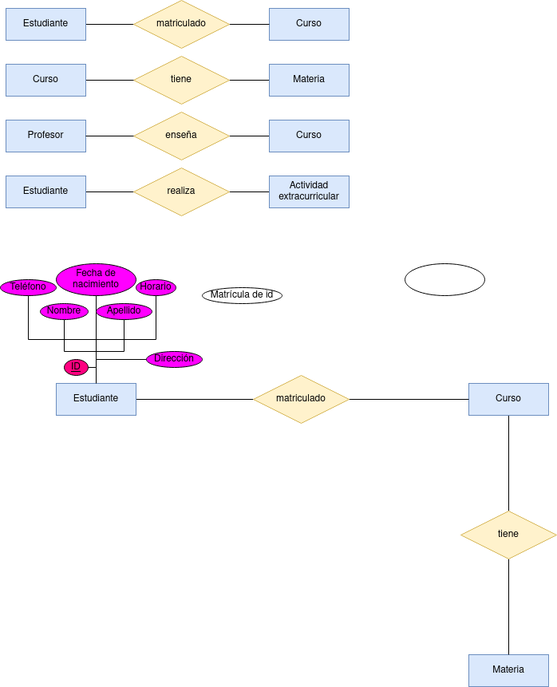
The draw.io diagram Unidad-1/Tareas/Tarea_Entregable-1/Diagrama Tarea Entregable 1.drawio.png in RafaelMayor/base-datos, before a commit. Source tidied: cells renumbered, new cells last; positions are measured from the earlier drawing's top-left corner, leaving out a move shared by most shapes.
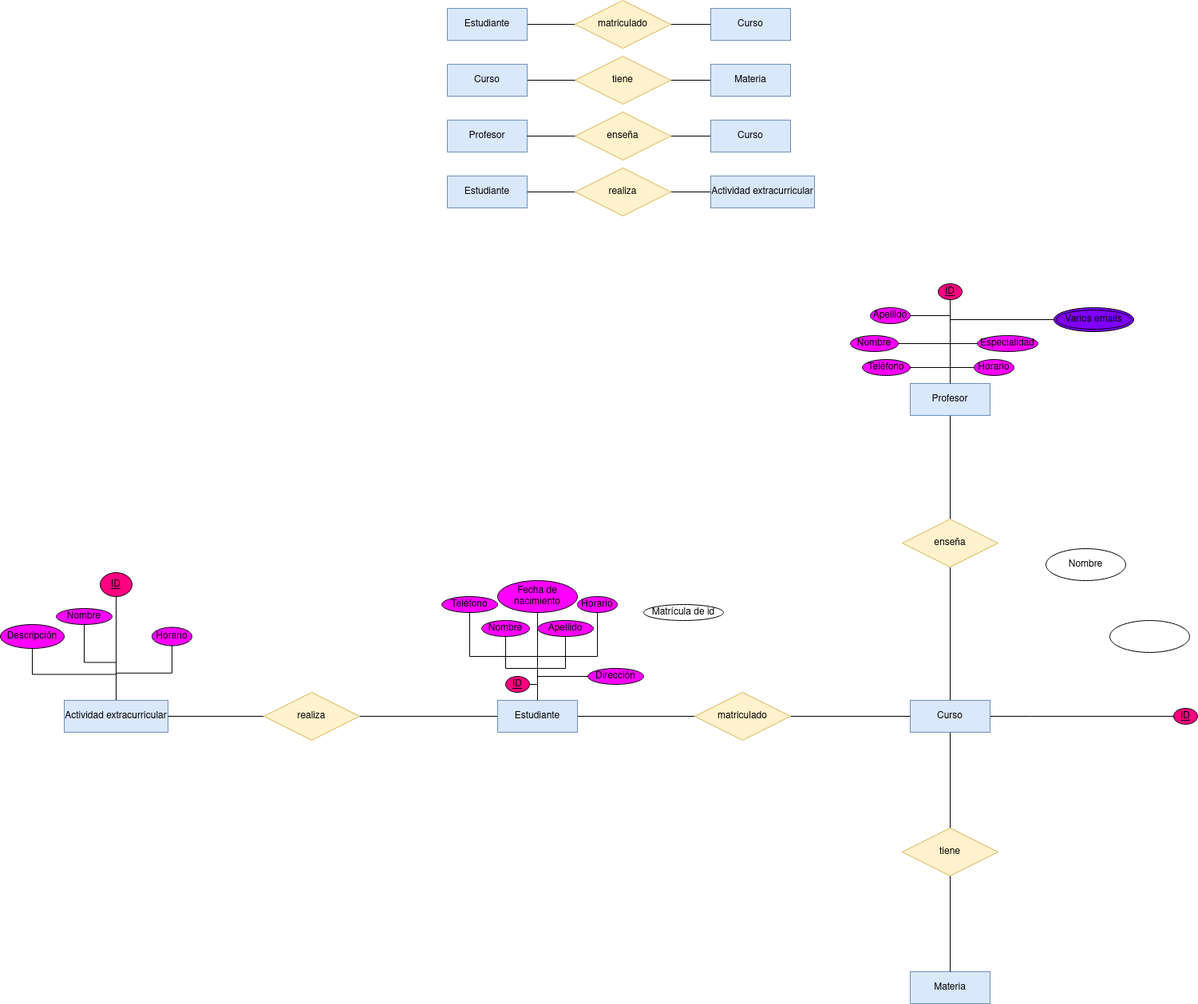
After the change.

What changed in the source:
```diff
@@ -60,7 +60,7 @@
       <mxGeometry x="167" y="210" width="120" height="60" as="geometry" />
     </mxCell>
     <mxCell id="21" value="Actividad extracurricular" style="whiteSpace=wrap;html=1;align=center;fillColor=#dae8fc;strokeColor=#6c8ebf;" parent="1" vertex="1">
-      <mxGeometry x="337" y="220" width="100" height="40" as="geometry" />
+      <mxGeometry x="337" y="220" width="130" height="40" as="geometry" />
     </mxCell>
     <mxCell id="22" style="edgeStyle=orthogonalEdgeStyle;rounded=0;jettySize=auto;html=1;entryX=0.5;entryY=1;entryDx=0;entryDy=0;endArrow=none;endFill=0;" parent="1" edge="1" source="29" target="31">
       <mxGeometry relative="1" as="geometry" />
@@ -83,59 +83,195 @@
     <mxCell id="28" style="edgeStyle=orthogonalEdgeStyle;rounded=0;jettySize=auto;html=1;entryX=0;entryY=0.5;entryDx=0;entryDy=0;endArrow=none;endFill=0;" parent="1" edge="1" source="29" target="44">
       <mxGeometry relative="1" as="geometry" />
     </mxCell>
+    <mxCell id="47" style="edgeStyle=orthogonalEdgeStyle;rounded=0;jettySize=auto;html=1;entryX=1;entryY=0.5;entryDx=0;entryDy=0;endArrow=none;endFill=0;" parent="1" edge="1" source="29" target="76">
+      <mxGeometry relative="1" as="geometry" />
+    </mxCell>
     <mxCell id="29" value="Estudiante" style="whiteSpace=wrap;html=1;align=center;fillColor=#dae8fc;strokeColor=#6c8ebf;" parent="1" vertex="1">
-      <mxGeometry x="70" y="480" width="100" height="40" as="geometry" />
+      <mxGeometry x="70" y="877" width="100" height="40" as="geometry" />
     </mxCell>
     <mxCell id="30" value="Nombre" style="ellipse;whiteSpace=wrap;html=1;align=center;fillColor=#FF00FF;" parent="1" vertex="1">
-      <mxGeometry x="50" y="380" width="60" height="20" as="geometry" />
+      <mxGeometry x="50" y="777" width="60" height="20" as="geometry" />
     </mxCell>
     <mxCell id="31" value="ID" style="ellipse;whiteSpace=wrap;html=1;align=center;fontStyle=4;fillColor=#FF0080;" parent="1" vertex="1">
-      <mxGeometry x="80" y="450" width="30" height="20" as="geometry" />
+      <mxGeometry x="80" y="847" width="30" height="20" as="geometry" />
     </mxCell>
     <mxCell id="32" value="Matrícula de id" style="ellipse;whiteSpace=wrap;html=1;align=center;" parent="1" vertex="1">
-      <mxGeometry x="253" y="360" width="100" height="20" as="geometry" />
+      <mxGeometry x="253" y="757" width="100" height="20" as="geometry" />
     </mxCell>
     <mxCell id="33" style="edgeStyle=orthogonalEdgeStyle;rounded=0;jettySize=auto;html=1;entryX=0.5;entryY=0;entryDx=0;entryDy=0;endArrow=none;endFill=0;" parent="1" edge="1" source="34" target="29">
       <mxGeometry relative="1" as="geometry" />
     </mxCell>
     <mxCell id="34" value="Dirección" style="ellipse;whiteSpace=wrap;html=1;align=center;fillColor=#FF00FF;" parent="1" vertex="1">
-      <mxGeometry x="183" y="440" width="70" height="20" as="geometry" />
+      <mxGeometry x="183" y="837" width="70" height="20" as="geometry" />
     </mxCell>
     <mxCell id="35" value="Fecha de nacimiento" style="ellipse;whiteSpace=wrap;html=1;align=center;fillColor=#FF00FF;" parent="1" vertex="1">
-      <mxGeometry x="70" y="330" width="100" height="40" as="geometry" />
+      <mxGeometry x="70" y="727" width="100" height="40" as="geometry" />
     </mxCell>
     <mxCell id="36" value="Apellido" style="ellipse;whiteSpace=wrap;html=1;align=center;fillColor=#FF00FF;" parent="1" vertex="1">
-      <mxGeometry x="120" y="380" width="70" height="20" as="geometry" />
+      <mxGeometry x="120" y="777" width="70" height="20" as="geometry" />
     </mxCell>
     <mxCell id="37" value="Teléfono" style="ellipse;whiteSpace=wrap;html=1;align=center;fillColor=#FF00FF;" parent="1" vertex="1">
-      <mxGeometry y="350" width="70" height="20" as="geometry" />
+      <mxGeometry y="747" width="70" height="20" as="geometry" />
     </mxCell>
     <mxCell id="38" value="Horario" style="ellipse;whiteSpace=wrap;html=1;align=center;fillColor=#FF00FF;" parent="1" vertex="1">
-      <mxGeometry x="170" y="350" width="50" height="20" as="geometry" />
+      <mxGeometry x="170" y="747" width="50" height="20" as="geometry" />
     </mxCell>
     <mxCell id="39" style="edgeStyle=orthogonalEdgeStyle;rounded=0;jettySize=auto;html=1;entryX=0.5;entryY=0;entryDx=0;entryDy=0;endArrow=none;endFill=0;" parent="1" edge="1" source="40" target="46">
       <mxGeometry relative="1" as="geometry" />
     </mxCell>
+    <mxCell id="48" style="edgeStyle=orthogonalEdgeStyle;rounded=0;jettySize=auto;html=1;entryX=0.5;entryY=1;entryDx=0;entryDy=0;endArrow=none;endFill=0;" parent="1" edge="1" source="40" target="49">
+      <mxGeometry relative="1" as="geometry">
+        <Array as="points">
+          <mxPoint x="737" y="897" />
+          <mxPoint x="737" y="897" />
+        </Array>
+      </mxGeometry>
+    </mxCell>
     <mxCell id="40" value="Curso" style="whiteSpace=wrap;html=1;align=center;fillColor=#dae8fc;strokeColor=#6c8ebf;" parent="1" vertex="1">
-      <mxGeometry x="587" y="480" width="100" height="40" as="geometry" />
+      <mxGeometry x="587" y="877" width="100" height="40" as="geometry" />
     </mxCell>
     <mxCell id="41" value="Materia" style="whiteSpace=wrap;html=1;align=center;fillColor=#dae8fc;strokeColor=#6c8ebf;" parent="1" vertex="1">
-      <mxGeometry x="587" y="820" width="100" height="40" as="geometry" />
+      <mxGeometry x="587" y="1217" width="100" height="40" as="geometry" />
     </mxCell>
     <mxCell id="42" style="ellipse;whiteSpace=wrap;html=1;align=center;" parent="1" vertex="1">
-      <mxGeometry x="507" y="330" width="100" height="40" as="geometry" />
+      <mxGeometry x="837" y="777" width="100" height="40" as="geometry" />
     </mxCell>
     <mxCell id="43" style="edgeStyle=orthogonalEdgeStyle;rounded=0;jettySize=auto;html=1;entryX=0;entryY=0.5;entryDx=0;entryDy=0;endArrow=none;endFill=0;" parent="1" edge="1" source="44" target="40">
       <mxGeometry relative="1" as="geometry" />
     </mxCell>
     <mxCell id="44" value="matriculado" style="shape=rhombus;perimeter=rhombusPerimeter;whiteSpace=wrap;html=1;align=center;fillColor=#fff2cc;strokeColor=#d6b656;" parent="1" vertex="1">
-      <mxGeometry x="317" y="470" width="120" height="60" as="geometry" />
+      <mxGeometry x="317" y="867" width="120" height="60" as="geometry" />
     </mxCell>
     <mxCell id="45" style="edgeStyle=orthogonalEdgeStyle;rounded=0;jettySize=auto;html=1;entryX=0.5;entryY=0;entryDx=0;entryDy=0;endArrow=none;endFill=0;" parent="1" edge="1" source="46" target="41">
       <mxGeometry relative="1" as="geometry" />
     </mxCell>
     <mxCell id="46" value="tiene" style="shape=rhombus;perimeter=rhombusPerimeter;whiteSpace=wrap;html=1;align=center;fillColor=#fff2cc;strokeColor=#d6b656;" parent="1" vertex="1">
-      <mxGeometry x="577" y="640" width="120" height="60" as="geometry" />
+      <mxGeometry x="577" y="1037" width="120" height="60" as="geometry" />
     </mxCell>
+    <mxCell id="49" value="ID" style="ellipse;whiteSpace=wrap;html=1;align=center;fontStyle=4;fillColor=#FF0080;strokeColor=#000000;" parent="1" vertex="1">
+      <mxGeometry x="917" y="887" width="30" height="20" as="geometry" />
+    </mxCell>
+    <mxCell id="50" value="Nombre" style="ellipse;whiteSpace=wrap;html=1;align=center;" parent="1" vertex="1">
+      <mxGeometry x="757" y="687" width="100" height="40" as="geometry" />
+    </mxCell>
+    <mxCell id="51" style="edgeStyle=orthogonalEdgeStyle;rounded=0;jettySize=auto;html=1;endArrow=none;endFill=0;" parent="1" edge="1" source="59" target="61">
+      <mxGeometry relative="1" as="geometry" />
+    </mxCell>
+    <mxCell id="52" style="edgeStyle=orthogonalEdgeStyle;rounded=0;jettySize=auto;html=1;entryX=0.5;entryY=1;entryDx=0;entryDy=0;endArrow=none;endFill=0;" parent="1" edge="1" source="59" target="62">
+      <mxGeometry relative="1" as="geometry" />
+    </mxCell>
+    <mxCell id="53" style="edgeStyle=orthogonalEdgeStyle;rounded=0;jettySize=auto;html=1;entryX=0.5;entryY=1;entryDx=0;entryDy=0;endArrow=none;endFill=0;" parent="1" edge="1" source="59" target="66">
+      <mxGeometry relative="1" as="geometry">
+        <Array as="points">
+          <mxPoint x="637" y="400" />
+          <mxPoint x="817" y="400" />
+        </Array>
+      </mxGeometry>
+    </mxCell>
+    <mxCell id="54" style="edgeStyle=orthogonalEdgeStyle;rounded=0;jettySize=auto;html=1;entryX=0.5;entryY=1;entryDx=0;entryDy=0;endArrow=none;endFill=0;" parent="1" edge="1" source="59" target="67">
+      <mxGeometry relative="1" as="geometry" />
+    </mxCell>
+    <mxCell id="55" style="edgeStyle=orthogonalEdgeStyle;rounded=0;jettySize=auto;html=1;entryX=0.5;entryY=1;entryDx=0;entryDy=0;endArrow=none;endFill=0;" parent="1" edge="1" source="59" target="69">
+      <mxGeometry relative="1" as="geometry">
+        <Array as="points">
+          <mxPoint x="637" y="430" />
+        </Array>
+      </mxGeometry>
+    </mxCell>
+    <mxCell id="56" style="edgeStyle=orthogonalEdgeStyle;rounded=0;jettySize=auto;html=1;entryX=0.5;entryY=1;entryDx=0;entryDy=0;endArrow=none;endFill=0;" parent="1" edge="1" source="59" target="65">
+      <mxGeometry relative="1" as="geometry">
+        <Array as="points">
+          <mxPoint x="637" y="460" />
+          <mxPoint x="557" y="460" />
+        </Array>
+      </mxGeometry>
+    </mxCell>
+    <mxCell id="57" style="edgeStyle=orthogonalEdgeStyle;rounded=0;jettySize=auto;html=1;entryX=0.5;entryY=1;entryDx=0;entryDy=0;endArrow=none;endFill=0;" parent="1" edge="1" source="59" target="64">
+      <mxGeometry relative="1" as="geometry">
+        <Array as="points">
+          <mxPoint x="637" y="430" />
+          <mxPoint x="712" y="430" />
+          <mxPoint x="712" y="440" />
+        </Array>
+      </mxGeometry>
+    </mxCell>
+    <mxCell id="58" style="edgeStyle=orthogonalEdgeStyle;rounded=0;jettySize=auto;html=1;entryX=0.5;entryY=1;entryDx=0;entryDy=0;endArrow=none;endFill=0;" parent="1" edge="1" source="59" target="63">
+      <mxGeometry relative="1" as="geometry">
+        <Array as="points">
+          <mxPoint x="637" y="395" />
+        </Array>
+      </mxGeometry>
+    </mxCell>
+    <mxCell id="59" value="Profesor" style="whiteSpace=wrap;html=1;align=center;fillColor=#dae8fc;strokeColor=#6c8ebf;" parent="1" vertex="1">
+      <mxGeometry x="587" y="480" width="100" height="40" as="geometry" />
+    </mxCell>
+    <mxCell id="60" style="edgeStyle=orthogonalEdgeStyle;rounded=0;jettySize=auto;html=1;entryX=0.5;entryY=0;entryDx=0;entryDy=0;endArrow=none;endFill=0;" parent="1" edge="1" source="61" target="40">
+      <mxGeometry relative="1" as="geometry" />
+    </mxCell>
+    <mxCell id="61" value="enseña" style="shape=rhombus;perimeter=rhombusPerimeter;whiteSpace=wrap;html=1;align=center;fillColor=#fff2cc;strokeColor=#d6b656;" parent="1" vertex="1">
+      <mxGeometry x="577" y="650" width="120" height="60" as="geometry" />
+    </mxCell>
+    <mxCell id="62" value="ID" style="ellipse;whiteSpace=wrap;html=1;align=center;fontStyle=4;fillColor=#FF0080;" parent="1" vertex="1">
+      <mxGeometry x="622" y="355" width="30" height="20" as="geometry" />
+    </mxCell>
+    <mxCell id="63" value="Apellido" style="ellipse;whiteSpace=wrap;html=1;align=center;fillColor=#FF00FF;" parent="1" vertex="1">
+      <mxGeometry x="537" y="385" width="50" height="20" as="geometry" />
+    </mxCell>
+    <mxCell id="64" value="Especialidad" style="ellipse;whiteSpace=wrap;html=1;align=center;fillColor=#FF00FF;" parent="1" vertex="1">
+      <mxGeometry x="671" y="420" width="76" height="20" as="geometry" />
+    </mxCell>
+    <mxCell id="65" value="Teléfono" style="ellipse;whiteSpace=wrap;html=1;align=center;fillColor=#FF00FF;" parent="1" vertex="1">
+      <mxGeometry x="527" y="450" width="60" height="20" as="geometry" />
+    </mxCell>
+    <mxCell id="66" value="Varios emails" style="ellipse;shape=doubleEllipse;margin=3;whiteSpace=wrap;html=1;align=center;fillColor=#7F00FF;" parent="1" vertex="1">
+      <mxGeometry x="767" y="385" width="100" height="30" as="geometry" />
+    </mxCell>
+    <mxCell id="67" value="Horario" style="ellipse;whiteSpace=wrap;html=1;align=center;fillColor=#FF00FF;" parent="1" vertex="1">
+      <mxGeometry x="667" y="450" width="50" height="20" as="geometry" />
+    </mxCell>
+    <mxCell id="68" style="edgeStyle=orthogonalEdgeStyle;rounded=0;jettySize=auto;html=1;entryX=0.5;entryY=1;entryDx=0;entryDy=0;endArrow=none;endFill=0;" parent="1" edge="1" source="59" target="69">
+      <mxGeometry relative="1" as="geometry">
+        <Array as="points">
+          <mxPoint x="637" y="430" />
+          <mxPoint x="542" y="430" />
+        </Array>
+      </mxGeometry>
+    </mxCell>
+    <mxCell id="69" value="Nombre" style="ellipse;whiteSpace=wrap;html=1;align=center;fillColor=#FF00FF;" parent="1" vertex="1">
+      <mxGeometry x="512" y="420" width="60" height="20" as="geometry" />
+    </mxCell>
+    <mxCell id="70" style="edgeStyle=orthogonalEdgeStyle;rounded=0;jettySize=auto;html=1;entryX=0.5;entryY=1;entryDx=0;entryDy=0;endArrow=none;endFill=0;" parent="1" edge="1" source="74" target="80">
+      <mxGeometry relative="1" as="geometry" />
+    </mxCell>
+    <mxCell id="71" style="edgeStyle=orthogonalEdgeStyle;rounded=0;jettySize=auto;html=1;entryX=0.5;entryY=1;entryDx=0;entryDy=0;endArrow=none;endFill=0;" parent="1" edge="1" source="74" target="79">
+      <mxGeometry relative="1" as="geometry" />
+    </mxCell>
+    <mxCell id="72" style="edgeStyle=orthogonalEdgeStyle;rounded=0;jettySize=auto;html=1;entryX=0.5;entryY=1;entryDx=0;entryDy=0;endArrow=none;endFill=0;" parent="1" edge="1" source="74" target="77">
+      <mxGeometry relative="1" as="geometry" />
+    </mxCell>
+    <mxCell id="73" style="edgeStyle=orthogonalEdgeStyle;rounded=0;jettySize=auto;html=1;entryX=0.5;entryY=1;entryDx=0;entryDy=0;endArrow=none;endFill=0;" parent="1" edge="1" source="74" target="78">
+      <mxGeometry relative="1" as="geometry" />
+    </mxCell>
+    <mxCell id="74" value="Actividad extracurricular" style="whiteSpace=wrap;html=1;align=center;fillColor=#dae8fc;strokeColor=#6c8ebf;" parent="1" vertex="1">
+      <mxGeometry x="-473" y="877" width="130" height="40" as="geometry" />
+    </mxCell>
+    <mxCell id="75" style="edgeStyle=orthogonalEdgeStyle;rounded=0;jettySize=auto;html=1;entryX=1;entryY=0.5;entryDx=0;entryDy=0;endArrow=none;endFill=0;" parent="1" edge="1" source="76" target="74">
+      <mxGeometry relative="1" as="geometry" />
+    </mxCell>
+    <mxCell id="76" value="realiza" style="shape=rhombus;perimeter=rhombusPerimeter;whiteSpace=wrap;html=1;align=center;fillColor=#fff2cc;strokeColor=#d6b656;" parent="1" vertex="1">
+      <mxGeometry x="-223" y="867" width="120" height="60" as="geometry" />
+    </mxCell>
+    <mxCell id="77" value="Horario" style="ellipse;whiteSpace=wrap;html=1;align=center;fillColor=#FF00FF;" parent="1" vertex="1">
+      <mxGeometry x="-363" y="785.5" width="50" height="23" as="geometry" />
+    </mxCell>
+    <mxCell id="78" value="Nombre" style="ellipse;whiteSpace=wrap;html=1;align=center;fillColor=#FF00FF;" parent="1" vertex="1">
+      <mxGeometry x="-483" y="762" width="70" height="20" as="geometry" />
+    </mxCell>
+    <mxCell id="79" value="Descripción" style="ellipse;whiteSpace=wrap;html=1;align=center;fillColor=#FF00FF;" parent="1" vertex="1">
+      <mxGeometry x="-553" y="782" width="80" height="30" as="geometry" />
+    </mxCell>
+    <mxCell id="80" value="ID" style="ellipse;whiteSpace=wrap;html=1;align=center;fontStyle=4;fillColor=#FF0080;" parent="1" vertex="1">
+      <mxGeometry x="-428" y="717" width="40" height="30" as="geometry" />
+    </mxCell>
   </root>
 </mxGraphModel>
```
